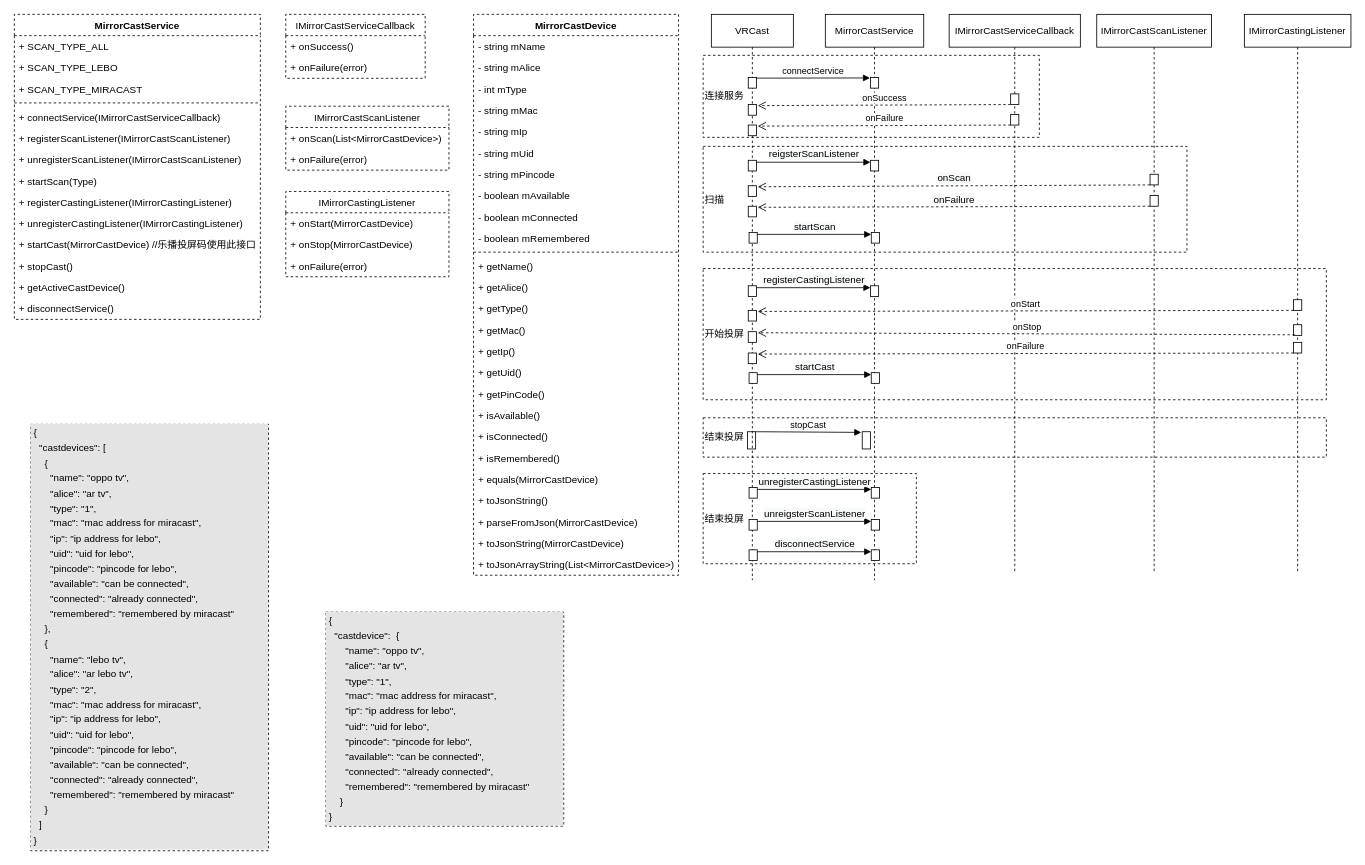
This is page "VR" (3 of 4) of cast.drawio from Sejutor/visio, a draw.io file, before an edit. Source tidied: cells renumbered, new cells numbered last; positions are measured from the earlier drawing's top-left corner, leaving out a move shared by most shapes. Both pictures are drawn from the tidied source at 82%, with x=0, y=0 at pixel (14, 14).
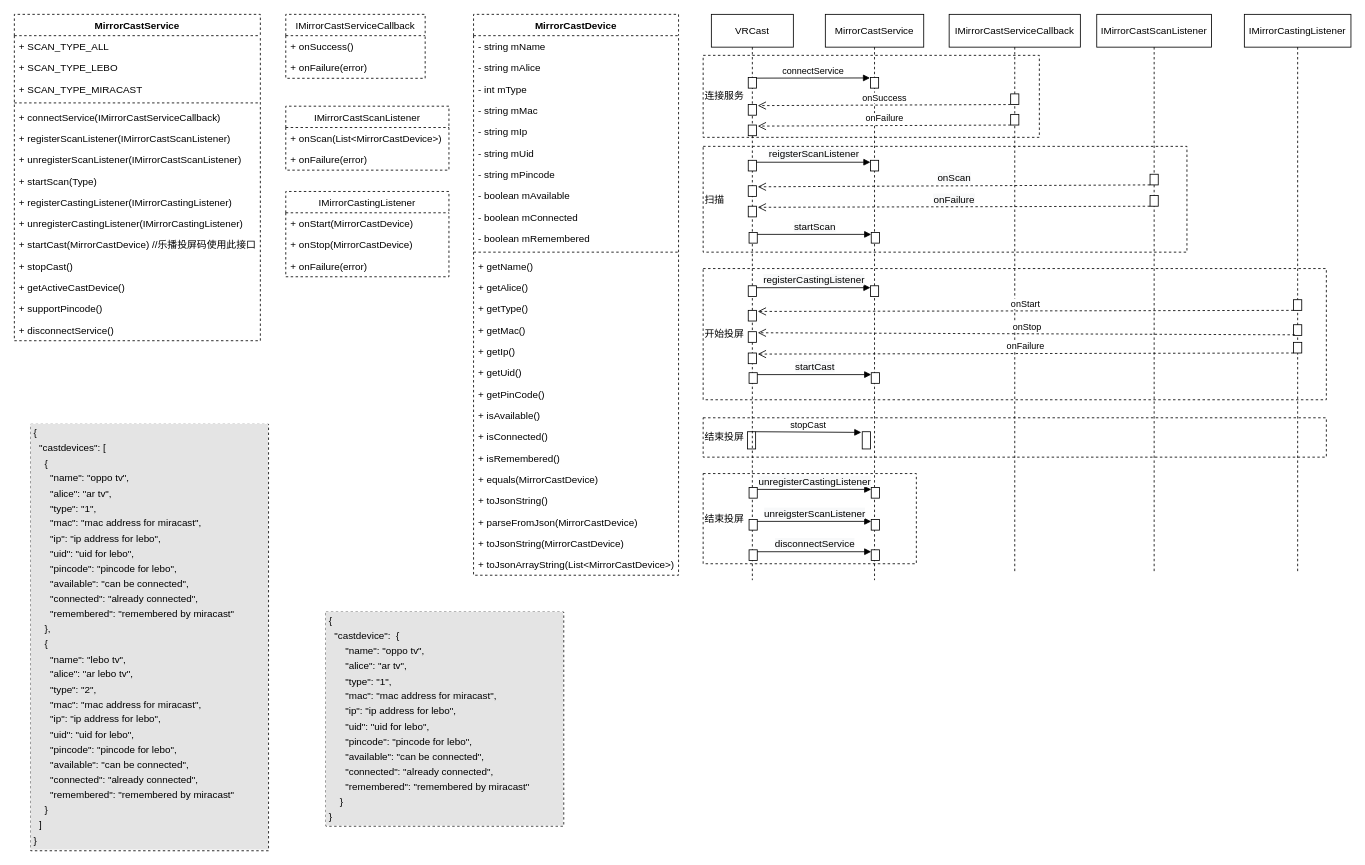
Above is the later version.

The edit, as a diff of the source:
```diff
@@
     <mxCell id="4" value="MirrorCastService" style="swimlane;fontStyle=1;align=center;verticalAlign=top;horizontal=1;startSize=26;dashed=1;" parent="1" vertex="1">
-      <mxGeometry width="300" height="372" as="geometry" />
+      <mxGeometry width="300" height="398" as="geometry" />
     </mxCell>
@@
+    <mxCell id="114" value="+ supportPincode()" style="text;strokeColor=none;fillColor=none;align=left;verticalAlign=top;spacingLeft=4;spacingRight=4;overflow=hidden;dashed=1;" parent="4" vertex="1">
+      <mxGeometry y="346" width="300" height="26" as="geometry" />
+    </mxCell>
     <mxCell id="18" value="+ disconnectService()" style="text;strokeColor=none;fillColor=none;align=left;verticalAlign=top;spacingLeft=4;spacingRight=4;overflow=hidden;dashed=1;" parent="4" vertex="1">
-      <mxGeometry y="346" width="300" height="26" as="geometry" />
+      <mxGeometry y="372" width="300" height="26" as="geometry" />
     </mxCell>
```
